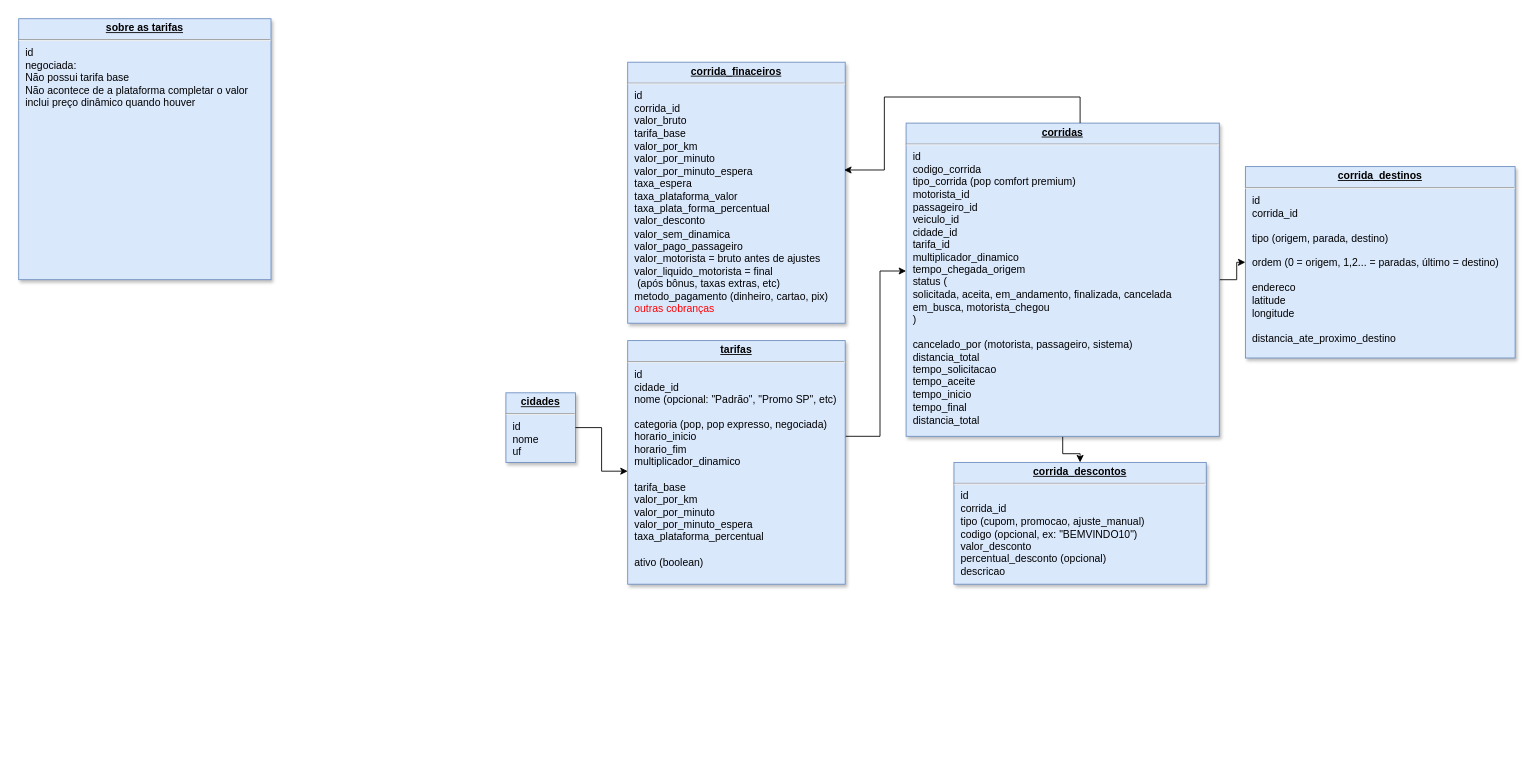
Before: page "corridas" (2 of 2) of Diagrama sem nome.drawio in PnA-Publicidade/aplicativo-mobilidade-urbana-backend, a draw.io diagram. Source tidied: cells renumbered, new cells numbered last; positions are measured from the earlier drawing's top-left corner, leaving out a move shared by most shapes. Both pictures are drawn from the tidied source at 87%, with x=0, y=0 at pixel (18, 18).
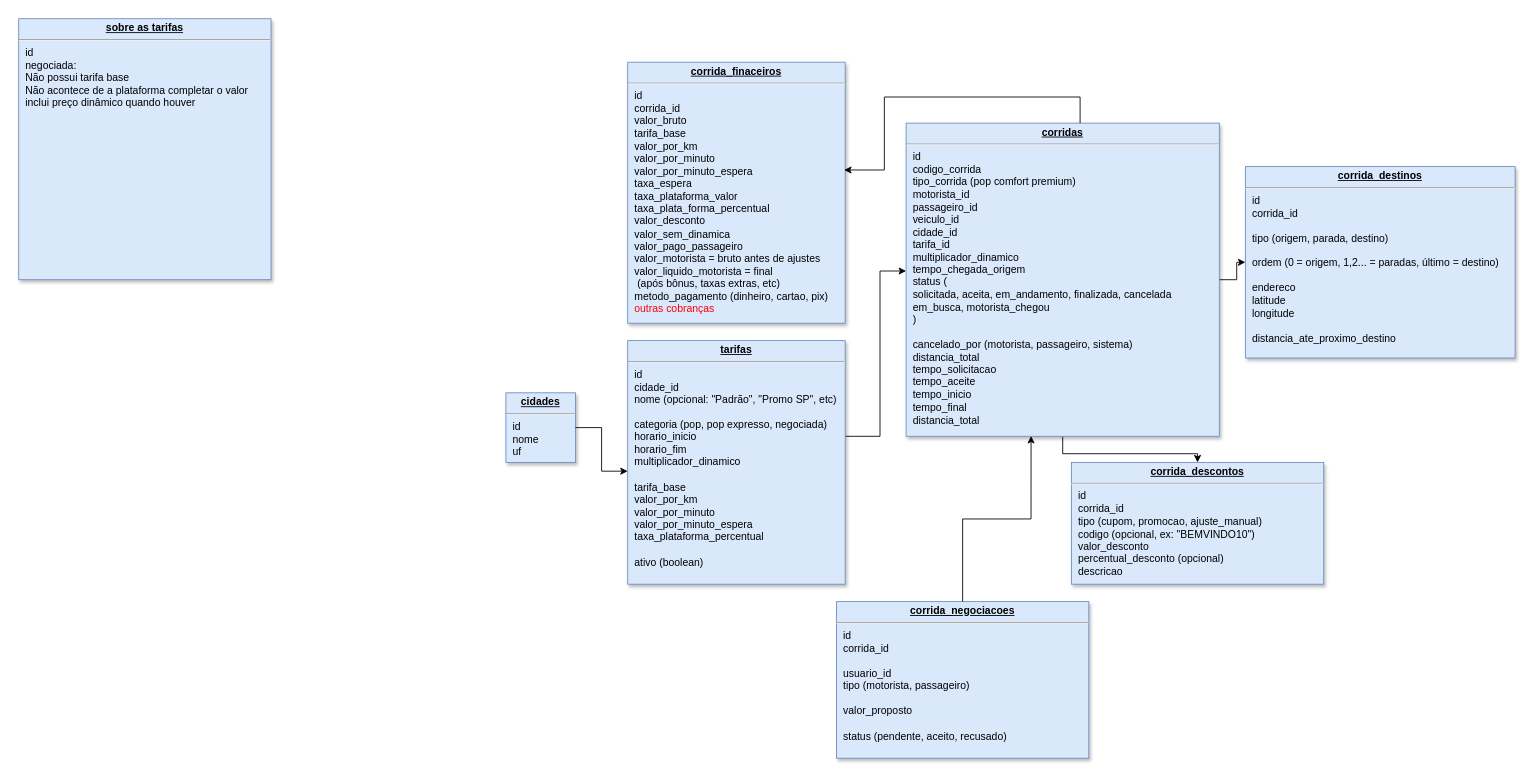
The same page after the edit.

What changed in the source:
```diff
@@
 <mxGraphModel>
   <root>
     <mxCell id="0" />
     <mxCell id="1" parent="0" />
     <mxCell id="2" style="edgeStyle=orthogonalEdgeStyle;rounded=0;jettySize=auto;html=1;entryX=0;entryY=0.5;entryDx=0;entryDy=0;" parent="1" edge="1" source="4" target="6">
       <mxGeometry relative="1" as="geometry" />
     </mxCell>
     <mxCell id="3" style="edgeStyle=orthogonalEdgeStyle;rounded=0;jettySize=auto;html=1;entryX=0.5;entryY=0;entryDx=0;entryDy=0;" parent="1" edge="1" source="4" target="7">
       <mxGeometry relative="1" as="geometry" />
     </mxCell>
     <mxCell id="4" value="&lt;p style=&quot;margin: 0px ; margin-top: 4px ; text-align: center ; text-decoration: underline&quot;&gt;&lt;b&gt;corridas&lt;/b&gt;&lt;/p&gt;&lt;hr&gt;&lt;p style=&quot;margin: 0px ; margin-left: 8px&quot;&gt;id&lt;/p&gt;&lt;p style=&quot;margin: 0px ; margin-left: 8px&quot;&gt;codigo_corrida&lt;/p&gt;&lt;p style=&quot;margin: 0px ; margin-left: 8px&quot;&gt;tipo_corrida (pop comfort premium)&lt;/p&gt;&lt;p style=&quot;margin: 0px ; margin-left: 8px&quot;&gt;motorista_id&lt;/p&gt;&lt;p style=&quot;margin: 0px ; margin-left: 8px&quot;&gt;passageiro_id&lt;/p&gt;&lt;p style=&quot;margin: 0px ; margin-left: 8px&quot;&gt;veiculo_id&amp;nbsp;&lt;/p&gt;&lt;p style=&quot;margin: 0px ; margin-left: 8px&quot;&gt;cidade_id&lt;/p&gt;&lt;p style=&quot;margin: 0px ; margin-left: 8px&quot;&gt;tarifa_id&lt;/p&gt;&lt;p style=&quot;margin: 0px ; margin-left: 8px&quot;&gt;multiplicador_dinamico&lt;/p&gt;&lt;p style=&quot;margin: 0px ; margin-left: 8px&quot;&gt;tempo_chegada_origem&lt;/p&gt;&lt;p style=&quot;margin: 0px ; margin-left: 8px&quot;&gt;status (&lt;/p&gt;&lt;p style=&quot;margin: 0px ; margin-left: 8px&quot;&gt;solicitada, aceita, em_andamento, finalizada, cancelada&lt;/p&gt;&lt;p style=&quot;margin: 0px ; margin-left: 8px&quot;&gt;em_busca, motorista_chegou&lt;/p&gt;&lt;p style=&quot;margin: 0px ; margin-left: 8px&quot;&gt;)&lt;/p&gt;&lt;p style=&quot;margin: 0px ; margin-left: 8px&quot;&gt;&lt;br&gt;&lt;/p&gt;&lt;p style=&quot;margin: 0px ; margin-left: 8px&quot;&gt;cancelado_por (motorista, passageiro, sistema)&lt;/p&gt;&lt;p style=&quot;margin: 0px ; margin-left: 8px&quot;&gt;distancia_total&lt;/p&gt;&lt;p style=&quot;margin: 0px ; margin-left: 8px&quot;&gt;tempo_solicitacao&lt;/p&gt;&lt;p style=&quot;margin: 0px ; margin-left: 8px&quot;&gt;tempo_aceite&lt;/p&gt;&lt;p style=&quot;margin: 0px ; margin-left: 8px&quot;&gt;tempo_inicio&lt;/p&gt;&lt;p style=&quot;margin: 0px ; margin-left: 8px&quot;&gt;tempo_final&lt;/p&gt;&lt;p style=&quot;margin: 0px ; margin-left: 8px&quot;&gt;distancia_total&lt;/p&gt;&lt;p style=&quot;margin: 0px ; margin-left: 8px&quot;&gt;&lt;br&gt;&lt;/p&gt;&lt;p style=&quot;margin: 0px ; margin-left: 8px&quot;&gt;&lt;br&gt;&lt;/p&gt;" style="verticalAlign=top;align=left;overflow=fill;fontSize=12;fontFamily=Helvetica;html=1;strokeColor=#6c8ebf;shadow=1;fillColor=#dae8fc;" parent="1" vertex="1">
       <mxGeometry x="1020" y="120" width="360" height="360" as="geometry" />
     </mxCell>
     <mxCell id="5" value="&lt;p style=&quot;margin: 0px ; margin-top: 4px ; text-align: center ; text-decoration: underline&quot;&gt;&lt;b&gt;corrida_finaceiros&lt;/b&gt;&lt;/p&gt;&lt;hr&gt;&lt;p style=&quot;margin: 0px ; margin-left: 8px&quot;&gt;id&lt;/p&gt;&lt;p style=&quot;margin: 0px ; margin-left: 8px&quot;&gt;corrida_id&lt;/p&gt;&lt;p style=&quot;margin: 0px ; margin-left: 8px&quot;&gt;valor_bruto&lt;/p&gt;&lt;p style=&quot;margin: 0px ; margin-left: 8px&quot;&gt;tarifa_base&lt;/p&gt;&lt;p style=&quot;margin: 0px ; margin-left: 8px&quot;&gt;valor_por_km&lt;/p&gt;&lt;p style=&quot;margin: 0px ; margin-left: 8px&quot;&gt;valor_por_minuto&lt;/p&gt;&lt;p style=&quot;margin: 0px ; margin-left: 8px&quot;&gt;valor_por_minuto_espera&lt;/p&gt;&lt;p style=&quot;margin: 0px ; margin-left: 8px&quot;&gt;taxa_espera&lt;/p&gt;&lt;p style=&quot;margin: 0px 0px 0px 8px;&quot;&gt;taxa_plataforma_valor&lt;/p&gt;&lt;p style=&quot;margin: 0px 0px 0px 8px;&quot;&gt;taxa_plata_forma_percentual&lt;/p&gt;&lt;p style=&quot;margin: 0px ; margin-left: 8px&quot;&gt;valor_desconto&lt;/p&gt;&lt;p style=&quot;margin: 0px ; margin-left: 8px&quot;&gt;valor_sem_dinamica&lt;/p&gt;&lt;p style=&quot;margin: 0px ; margin-left: 8px&quot;&gt;valor_pago_passageiro&lt;/p&gt;&lt;p style=&quot;margin: 0px ; margin-left: 8px&quot;&gt;valor_motorista = bruto antes de ajustes&lt;/p&gt;&lt;p style=&quot;margin: 0px ; margin-left: 8px&quot;&gt;valor_liquido_motorista = final&lt;/p&gt;&lt;p style=&quot;margin: 0px ; margin-left: 8px&quot;&gt;&amp;nbsp;(após bônus, taxas extras, etc)&lt;/p&gt;&lt;p style=&quot;margin: 0px ; margin-left: 8px&quot;&gt;metodo_pagamento (dinheiro, cartao, pix)&lt;/p&gt;&lt;p style=&quot;margin: 0px ; margin-left: 8px&quot;&gt;&lt;font style=&quot;color: rgb(255, 0, 0);&quot;&gt;outras cobranças&lt;/font&gt;&lt;/p&gt;&lt;div&gt;&lt;br&gt;&lt;/div&gt;" style="verticalAlign=top;align=left;overflow=fill;fontSize=12;fontFamily=Helvetica;html=1;strokeColor=#6c8ebf;shadow=1;fillColor=#dae8fc;" parent="1" vertex="1">
       <mxGeometry x="700" y="50" width="250" height="300" as="geometry" />
     </mxCell>
     <mxCell id="6" value="&lt;p style=&quot;margin: 0px ; margin-top: 4px ; text-align: center ; text-decoration: underline&quot;&gt;&lt;b&gt;corrida_destinos&lt;/b&gt;&lt;/p&gt;&lt;hr&gt;&lt;p style=&quot;margin: 0px ; margin-left: 8px&quot;&gt;id&lt;/p&gt;&lt;p style=&quot;margin: 0px ; margin-left: 8px&quot;&gt;corrida_id&lt;/p&gt;&lt;p style=&quot;margin: 0px ; margin-left: 8px&quot;&gt;&lt;br&gt;&lt;/p&gt;&lt;p style=&quot;margin: 0px ; margin-left: 8px&quot;&gt;tipo (origem, parada, destino)&lt;/p&gt;&lt;p style=&quot;margin: 0px ; margin-left: 8px&quot;&gt;&lt;br&gt;&lt;/p&gt;&lt;p style=&quot;margin: 0px ; margin-left: 8px&quot;&gt;ordem (0 = origem, 1,2... = paradas, último = destino)&lt;/p&gt;&lt;p style=&quot;margin: 0px ; margin-left: 8px&quot;&gt;&lt;br&gt;&lt;/p&gt;&lt;p style=&quot;margin: 0px ; margin-left: 8px&quot;&gt;endereco&lt;/p&gt;&lt;p style=&quot;margin: 0px ; margin-left: 8px&quot;&gt;latitude&lt;/p&gt;&lt;p style=&quot;margin: 0px ; margin-left: 8px&quot;&gt;longitude&lt;/p&gt;&lt;p style=&quot;margin: 0px ; margin-left: 8px&quot;&gt;&lt;br&gt;&lt;/p&gt;&lt;p style=&quot;margin: 0px ; margin-left: 8px&quot;&gt;distancia_ate_proximo_destino&lt;/p&gt;" style="verticalAlign=top;align=left;overflow=fill;fontSize=12;fontFamily=Helvetica;html=1;strokeColor=#6c8ebf;shadow=1;fillColor=#dae8fc;" parent="1" vertex="1">
       <mxGeometry x="1410" y="170" width="310" height="220" as="geometry" />
     </mxCell>
     <mxCell id="7" value="&lt;p style=&quot;margin: 0px ; margin-top: 4px ; text-align: center ; text-decoration: underline&quot;&gt;&lt;b&gt;corrida_descontos&lt;/b&gt;&lt;/p&gt;&lt;hr&gt;&lt;p style=&quot;margin: 0px ; margin-left: 8px&quot;&gt;id&lt;/p&gt;&lt;p style=&quot;margin: 0px ; margin-left: 8px&quot;&gt;corrida_id&lt;/p&gt;&lt;p style=&quot;margin: 0px ; margin-left: 8px&quot;&gt;tipo (cupom, promocao, ajuste_manual)&lt;/p&gt;&lt;p style=&quot;margin: 0px ; margin-left: 8px&quot;&gt;codigo (opcional, ex: &quot;BEMVINDO10&quot;)&lt;/p&gt;&lt;p style=&quot;margin: 0px ; margin-left: 8px&quot;&gt;valor_desconto&lt;/p&gt;&lt;p style=&quot;margin: 0px ; margin-left: 8px&quot;&gt;percentual_desconto (opcional)&lt;/p&gt;&lt;p style=&quot;margin: 0px ; margin-left: 8px&quot;&gt;descricao&lt;/p&gt;&lt;div&gt;&lt;br&gt;&lt;/div&gt;&lt;div&gt;&lt;br&gt;&lt;/div&gt;" style="verticalAlign=top;align=left;overflow=fill;fontSize=12;fontFamily=Helvetica;html=1;strokeColor=#6c8ebf;shadow=1;fillColor=#dae8fc;" parent="1" vertex="1">
-      <mxGeometry x="1075" y="510" width="290" height="140" as="geometry" />
+      <mxGeometry x="1210" y="510" width="290" height="140" as="geometry" />
     </mxCell>
     <mxCell id="8" style="edgeStyle=orthogonalEdgeStyle;rounded=0;jettySize=auto;html=1;entryX=0.995;entryY=0.413;entryDx=0;entryDy=0;entryPerimeter=0;" parent="1" edge="1" source="4" target="5">
       <mxGeometry relative="1" as="geometry">
         <Array as="points">
           <mxPoint x="1220" y="90" />
           <mxPoint x="995" y="90" />
           <mxPoint x="995" y="174" />
         </Array>
       </mxGeometry>
     </mxCell>
     <mxCell id="9" style="edgeStyle=orthogonalEdgeStyle;rounded=0;jettySize=auto;html=1;" parent="1" edge="1" source="10" target="4">
       <mxGeometry relative="1" as="geometry">
         <Array as="points">
           <mxPoint x="990" y="480" />
           <mxPoint x="990" y="290" />
         </Array>
       </mxGeometry>
     </mxCell>
     <mxCell id="10" value="&lt;p style=&quot;margin: 0px ; margin-top: 4px ; text-align: center ; text-decoration: underline&quot;&gt;&lt;b&gt;tarifas&lt;/b&gt;&lt;/p&gt;&lt;hr&gt;&lt;p style=&quot;margin: 0px ; margin-left: 8px&quot;&gt;id&lt;/p&gt;&lt;p style=&quot;margin: 0px ; margin-left: 8px&quot;&gt;cidade_id&lt;/p&gt;&lt;p style=&quot;margin: 0px ; margin-left: 8px&quot;&gt;nome (opcional: &quot;Padrão&quot;, &quot;Promo SP&quot;, etc)&lt;/p&gt;&lt;p style=&quot;margin: 0px ; margin-left: 8px&quot;&gt;&lt;br&gt;&lt;/p&gt;&lt;p style=&quot;margin: 0px ; margin-left: 8px&quot;&gt;categoria (pop, pop expresso, negociada)&lt;/p&gt;&lt;p style=&quot;margin: 0px ; margin-left: 8px&quot;&gt;horario_inicio&lt;/p&gt;&lt;p style=&quot;margin: 0px ; margin-left: 8px&quot;&gt;horario_fim&lt;/p&gt;&lt;p style=&quot;margin: 0px ; margin-left: 8px&quot;&gt;multiplicador_dinamico&lt;/p&gt;&lt;p style=&quot;margin: 0px ; margin-left: 8px&quot;&gt;&lt;br&gt;&lt;/p&gt;&lt;p style=&quot;margin: 0px ; margin-left: 8px&quot;&gt;tarifa_base&lt;/p&gt;&lt;p style=&quot;margin: 0px ; margin-left: 8px&quot;&gt;valor_por_km&lt;/p&gt;&lt;p style=&quot;margin: 0px ; margin-left: 8px&quot;&gt;valor_por_minuto&lt;/p&gt;&lt;p style=&quot;margin: 0px ; margin-left: 8px&quot;&gt;valor_por_minuto_espera&lt;/p&gt;&lt;p style=&quot;margin: 0px ; margin-left: 8px&quot;&gt;taxa_plataforma_percentual&lt;/p&gt;&lt;p style=&quot;margin: 0px ; margin-left: 8px&quot;&gt;&lt;br&gt;&lt;/p&gt;&lt;p style=&quot;margin: 0px ; margin-left: 8px&quot;&gt;ativo (boolean)&lt;/p&gt;&lt;div&gt;&lt;br&gt;&lt;/div&gt;" style="verticalAlign=top;align=left;overflow=fill;fontSize=12;fontFamily=Helvetica;html=1;strokeColor=#6c8ebf;shadow=1;fillColor=#dae8fc;" parent="1" vertex="1">
       <mxGeometry x="700" y="370" width="250" height="280" as="geometry" />
     </mxCell>
     <mxCell id="11" value="&lt;p style=&quot;margin: 0px ; margin-top: 4px ; text-align: center ; text-decoration: underline&quot;&gt;&lt;b&gt;cidades&lt;/b&gt;&lt;/p&gt;&lt;hr&gt;&lt;p style=&quot;margin: 0px ; margin-left: 8px&quot;&gt;id&lt;/p&gt;&lt;p style=&quot;margin: 0px ; margin-left: 8px&quot;&gt;&lt;span style=&quot;background-color: transparent; color: light-dark(rgb(0, 0, 0), rgb(255, 255, 255));&quot;&gt;nome&lt;/span&gt;&lt;/p&gt;&lt;p style=&quot;margin: 0px ; margin-left: 8px&quot;&gt;uf&lt;/p&gt;&lt;div&gt;&lt;br&gt;&lt;/div&gt;" style="verticalAlign=top;align=left;overflow=fill;fontSize=12;fontFamily=Helvetica;html=1;strokeColor=#6c8ebf;shadow=1;fillColor=#dae8fc;" parent="1" vertex="1">
       <mxGeometry x="560" y="430" width="80" height="80" as="geometry" />
     </mxCell>
     <mxCell id="12" style="edgeStyle=orthogonalEdgeStyle;rounded=0;jettySize=auto;html=1;entryX=0;entryY=0.536;entryDx=0;entryDy=0;entryPerimeter=0;" parent="1" edge="1" source="11" target="10">
       <mxGeometry relative="1" as="geometry" />
     </mxCell>
     <mxCell id="13" value="&lt;p style=&quot;margin: 0px ; margin-top: 4px ; text-align: center ; text-decoration: underline&quot;&gt;&lt;b&gt;sobre as tarifas&lt;/b&gt;&lt;/p&gt;&lt;hr&gt;&lt;p style=&quot;margin: 0px ; margin-left: 8px&quot;&gt;id&lt;/p&gt;&lt;p style=&quot;margin: 0px ; margin-left: 8px&quot;&gt;negociada:&lt;br&gt;Não possui tarifa base&lt;br&gt;Não acontece de a plataforma completar o valor&lt;/p&gt;&lt;p style=&quot;margin: 0px ; margin-left: 8px&quot;&gt;inclui preço dinâmico quando houver&lt;/p&gt;" style="verticalAlign=top;align=left;overflow=fill;fontSize=12;fontFamily=Helvetica;html=1;strokeColor=#6c8ebf;shadow=1;fillColor=#dae8fc;" parent="1" vertex="1">
       <mxGeometry width="290" height="300" as="geometry" />
     </mxCell>
+    <mxCell id="14" value="&lt;p style=&quot;margin: 0px ; margin-top: 4px ; text-align: center ; text-decoration: underline&quot;&gt;&lt;b&gt;corrida_negociacoes&lt;/b&gt;&lt;/p&gt;&lt;hr&gt;&lt;p style=&quot;margin: 0px ; margin-left: 8px&quot;&gt;id&lt;/p&gt;&lt;p style=&quot;margin: 0px ; margin-left: 8px&quot;&gt;corrida_id&lt;/p&gt;&lt;p style=&quot;margin: 0px ; margin-left: 8px&quot;&gt;&lt;br&gt;&lt;/p&gt;&lt;p style=&quot;margin: 0px ; margin-left: 8px&quot;&gt;usuario_id&lt;/p&gt;&lt;p style=&quot;margin: 0px ; margin-left: 8px&quot;&gt;tipo (motorista, passageiro)&lt;/p&gt;&lt;p style=&quot;margin: 0px ; margin-left: 8px&quot;&gt;&lt;br&gt;&lt;/p&gt;&lt;p style=&quot;margin: 0px ; margin-left: 8px&quot;&gt;valor_proposto&lt;/p&gt;&lt;p style=&quot;margin: 0px ; margin-left: 8px&quot;&gt;&lt;br&gt;&lt;/p&gt;&lt;p style=&quot;margin: 0px ; margin-left: 8px&quot;&gt;status (pendente, aceito, recusado)&lt;/p&gt;&lt;div&gt;&lt;br&gt;&lt;/div&gt;&lt;div&gt;&lt;br&gt;&lt;/div&gt;" style="verticalAlign=top;align=left;overflow=fill;fontSize=12;fontFamily=Helvetica;html=1;strokeColor=#6c8ebf;shadow=1;fillColor=#dae8fc;" parent="1" vertex="1">
+      <mxGeometry x="940" y="670" width="290" height="180" as="geometry" />
+    </mxCell>
+    <mxCell id="15" style="edgeStyle=orthogonalEdgeStyle;rounded=0;jettySize=auto;html=1;entryX=0.399;entryY=0.999;entryDx=0;entryDy=0;entryPerimeter=0;" parent="1" edge="1" source="14" target="4">
+      <mxGeometry relative="1" as="geometry" />
+    </mxCell>
   </root>
 </mxGraphModel>
```
